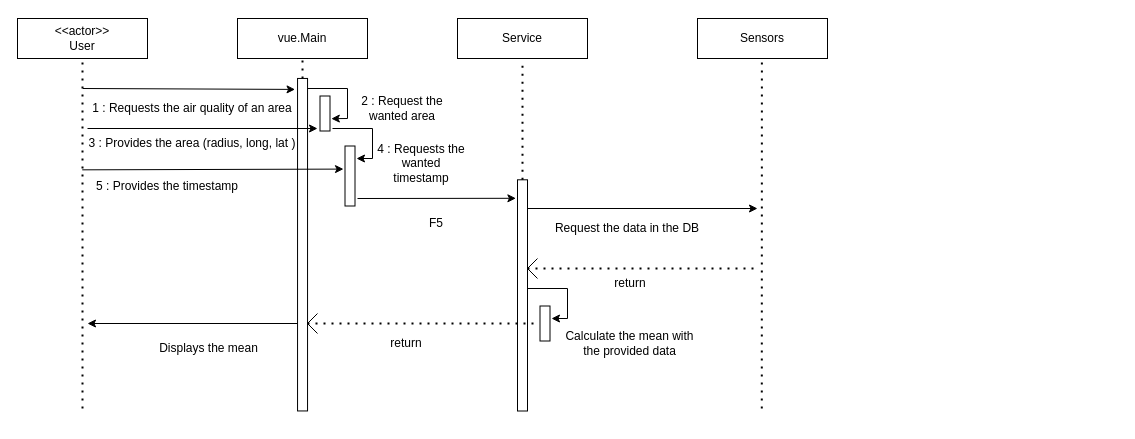
The draw.io diagram Sequence diagram _ Mean Air Quality within an area.drawio in jimmywengzj/GL-TP, before the edit. Source tidied: cells renumbered, new cells numbered last; positions are measured from the earlier drawing's top-left corner, leaving out a move shared by most shapes. Both pictures are drawn from the tidied source at 100%, with x=0, y=0 at pixel (17, 18).
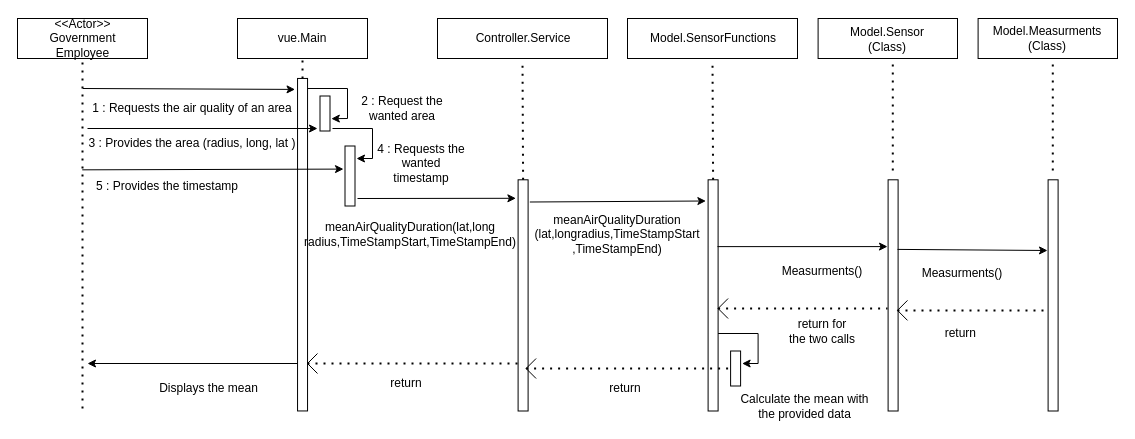
The same diagram, later.

Commit message (it also covers changes not shown here):
Commit the Sequence diagrams changes

The edit, as a diff of the source:
```diff
@@
-    <mxCell id="5" value="&amp;lt;&amp;lt;actor&amp;gt;&amp;gt;&lt;br&gt;User" style="text;html=1;strokeColor=none;fillColor=none;align=center;verticalAlign=middle;whiteSpace=wrap;rounded=0;" parent="1" vertex="1">
-      <mxGeometry x="35" y="5" width="60" height="30" as="geometry" />
+    <mxCell id="5" value="&amp;lt;&amp;lt;Actor&amp;gt;&amp;gt;&lt;br&gt;Government Employee" style="text;html=1;strokeColor=none;fillColor=none;align=center;verticalAlign=middle;whiteSpace=wrap;rounded=0;" parent="1" vertex="1">
+      <mxGeometry x="27.5" y="5" width="75" height="30" as="geometry" />
     </mxCell>
@@
-    <mxCell id="18" style="rounded=0;whiteSpace=wrap;html=1;" parent="1" vertex="1">
-      <mxGeometry x="440" width="130" height="40" as="geometry" />
-    </mxCell>
-    <mxCell id="19" value="Service" style="text;html=1;strokeColor=none;fillColor=none;align=center;verticalAlign=middle;whiteSpace=wrap;rounded=0;" parent="1" vertex="1">
-      <mxGeometry x="475" y="5" width="60" height="30" as="geometry" />
-    </mxCell>
-    <mxCell id="20" style="endArrow=classic;html=1;rounded=0;entryX=0.92;entryY=-0.16;entryDx=0;entryDy=0;entryPerimeter=0;" parent="1" edge="1" target="24">
+    <mxCell id="20" style="endArrow=classic;html=1;rounded=0;entryX=0.92;entryY=-0.16;entryDx=0;entryDy=0;entryPerimeter=0;" parent="1" edge="1">
       <mxGeometry relative="1" as="geometry">
         <mxPoint x="340" y="180" as="sourcePoint" />
+        <mxPoint x="498.4" y="179.8" as="targetPoint" />
       </mxGeometry>
     </mxCell>
-    <mxCell id="21" value="F5" style="text;html=1;strokeColor=none;fillColor=none;align=center;verticalAlign=middle;whiteSpace=wrap;rounded=0;" parent="1" vertex="1">
-      <mxGeometry x="389" y="190" width="60" height="30" as="geometry" />
+    <mxCell id="21" value="meanAirQualityDuration(lat,long&lt;br&gt;radius,TimeStampStart,TimeStampEnd)" style="text;html=1;strokeColor=none;fillColor=none;align=center;verticalAlign=middle;whiteSpace=wrap;rounded=0;" parent="1" vertex="1">
+      <mxGeometry x="362.5" y="201.2" width="60" height="30" as="geometry" />
     </mxCell>
-    <mxCell id="22" style="rounded=0;whiteSpace=wrap;html=1;" parent="1" vertex="1">
-      <mxGeometry x="680" width="130" height="40" as="geometry" />
-    </mxCell>
-    <mxCell id="23" value="Sensors" style="text;html=1;strokeColor=none;fillColor=none;align=center;verticalAlign=middle;whiteSpace=wrap;rounded=0;" parent="1" vertex="1">
-      <mxGeometry x="715" y="5" width="60" height="30" as="geometry" />
-    </mxCell>
-    <mxCell id="24" style="rounded=0;whiteSpace=wrap;html=1;rotation=-90;" parent="1" vertex="1">
-      <mxGeometry x="389.4" y="271.9" width="231.2" height="10" as="geometry" />
-    </mxCell>
-    <mxCell id="25" value="Request the data in the DB" style="text;html=1;strokeColor=none;fillColor=none;align=center;verticalAlign=middle;whiteSpace=wrap;rounded=0;" parent="1" vertex="1">
-      <mxGeometry x="520" y="195" width="180" height="30" as="geometry" />
-    </mxCell>
-    <mxCell id="26" style="endArrow=classic;html=1;rounded=0;" parent="1" edge="1">
-      <mxGeometry relative="1" as="geometry">
-        <mxPoint x="510" y="190" as="sourcePoint" />
-        <mxPoint x="740" y="190" as="targetPoint" />
-      </mxGeometry>
-    </mxCell>
-    <mxCell id="27" style="endArrow=none;html=1;rounded=0;" parent="1" edge="1">
-      <mxGeometry relative="1" as="geometry">
-        <mxPoint x="510" y="250" as="sourcePoint" />
-        <mxPoint x="520" y="260" as="targetPoint" />
-        <Array as="points">
-          <mxPoint x="520" y="260" />
-        </Array>
-      </mxGeometry>
-    </mxCell>
-    <mxCell id="28" style="endArrow=none;html=1;rounded=0;" parent="1" edge="1">
-      <mxGeometry relative="1" as="geometry">
-        <mxPoint x="510" y="250" as="sourcePoint" />
-        <mxPoint x="520" y="240" as="targetPoint" />
-      </mxGeometry>
-    </mxCell>
-    <mxCell id="29" style="endArrow=none;dashed=1;html=1;dashPattern=1 3;strokeWidth=2;rounded=0;" parent="1" edge="1">
-      <mxGeometry relative="1" as="geometry">
-        <mxPoint x="510" y="250" as="sourcePoint" />
-        <mxPoint x="740" y="250" as="targetPoint" />
-      </mxGeometry>
-    </mxCell>
-    <mxCell id="30" style="rounded=0;whiteSpace=wrap;html=1;rotation=-90;" parent="1" vertex="1">
-      <mxGeometry x="510" y="300" width="35" height="10" as="geometry" />
-    </mxCell>
-    <mxCell id="31" style="endArrow=classic;html=1;rounded=0;" parent="1" edge="1">
-      <mxGeometry relative="1" as="geometry">
-        <mxPoint x="510" y="270" as="sourcePoint" />
-        <mxPoint x="534" y="300" as="targetPoint" />
-        <Array as="points">
-          <mxPoint x="550" y="270" />
-          <mxPoint x="550" y="300" />
-        </Array>
-      </mxGeometry>
-    </mxCell>
-    <mxCell id="32" value="Calculate the mean with the provided data" style="text;html=1;strokeColor=none;fillColor=none;align=center;verticalAlign=middle;whiteSpace=wrap;rounded=0;" parent="1" vertex="1">
-      <mxGeometry x="545" y="310" width="135" height="30" as="geometry" />
-    </mxCell>
-    <mxCell id="33" value="return" style="text;html=1;strokeColor=none;fillColor=none;align=center;verticalAlign=middle;whiteSpace=wrap;rounded=0;" parent="1" vertex="1">
-      <mxGeometry x="582.5" y="250" width="60" height="30" as="geometry" />
-    </mxCell>
     <mxCell id="34" style="endArrow=none;dashed=1;html=1;dashPattern=1 3;strokeWidth=2;rounded=0;" parent="1" edge="1">
       <mxGeometry relative="1" as="geometry">
-        <mxPoint x="290" y="305" as="sourcePoint" />
-        <mxPoint x="520" y="305" as="targetPoint" />
+        <mxPoint x="290" y="345" as="sourcePoint" />
+        <mxPoint x="500" y="345" as="targetPoint" />
       </mxGeometry>
     </mxCell>
     <mxCell id="35" style="endArrow=none;html=1;rounded=0;" parent="1" edge="1">
       <mxGeometry relative="1" as="geometry">
-        <mxPoint x="290" y="305" as="sourcePoint" />
-        <mxPoint x="300" y="295" as="targetPoint" />
+        <mxPoint x="290" y="345" as="sourcePoint" />
+        <mxPoint x="300" y="335" as="targetPoint" />
       </mxGeometry>
     </mxCell>
     <mxCell id="36" style="endArrow=none;html=1;rounded=0;" parent="1" edge="1">
       <mxGeometry relative="1" as="geometry">
-        <mxPoint x="290" y="305" as="sourcePoint" />
-        <mxPoint x="300" y="315" as="targetPoint" />
+        <mxPoint x="290" y="345" as="sourcePoint" />
+        <mxPoint x="300" y="355" as="targetPoint" />
         <Array as="points">
-          <mxPoint x="300" y="315" />
+          <mxPoint x="300" y="355" />
         </Array>
       </mxGeometry>
     </mxCell>
     <mxCell id="37" value="return" style="text;html=1;strokeColor=none;fillColor=none;align=center;verticalAlign=middle;whiteSpace=wrap;rounded=0;" parent="1" vertex="1">
-      <mxGeometry x="359" y="310" width="60" height="30" as="geometry" />
+      <mxGeometry x="359" y="350" width="60" height="30" as="geometry" />
     </mxCell>
     <mxCell id="38" style="endArrow=classic;html=1;rounded=0;exitX=0.459;exitY=-0.383;exitDx=0;exitDy=0;exitPerimeter=0;" parent="1" edge="1">
       <mxGeometry relative="1" as="geometry">
-        <mxPoint x="280" y="305" as="sourcePoint" />
-        <mxPoint x="70" y="305" as="targetPoint" />
+        <mxPoint x="280" y="345" as="sourcePoint" />
+        <mxPoint x="70" y="345" as="targetPoint" />
       </mxGeometry>
     </mxCell>
     <mxCell id="39" value="Displays the mean" style="text;html=1;strokeColor=none;fillColor=none;align=center;verticalAlign=middle;whiteSpace=wrap;rounded=0;" parent="1" vertex="1">
-      <mxGeometry x="129" y="315" width="125" height="30" as="geometry" />
+      <mxGeometry x="129" y="355" width="125" height="30" as="geometry" />
     </mxCell>
@@
-    <mxCell id="43" style="endArrow=none;dashed=1;html=1;dashPattern=1 3;strokeWidth=2;rounded=0;exitX=1;exitY=0.5;exitDx=0;exitDy=0;entryX=0.5;entryY=1.036;entryDx=0;entryDy=0;entryPerimeter=0;" parent="1" edge="1" source="24" target="18">
-      <mxGeometry relative="1" as="geometry" />
-    </mxCell>
-    <mxCell id="44" style="endArrow=none;dashed=1;html=1;dashPattern=1 3;strokeWidth=2;rounded=0;" parent="1" edge="1">
-      <mxGeometry relative="1" as="geometry">
-        <mxPoint x="744.3" y="390" as="sourcePoint" />
-        <mxPoint x="744.4" y="40" as="targetPoint" />
-      </mxGeometry>
-    </mxCell>
+    <mxCell id="45" style="rounded=0;whiteSpace=wrap;html=1;" parent="1" vertex="1">
+      <mxGeometry x="420" width="170" height="40" as="geometry" />
+    </mxCell>
+    <mxCell id="46" value="Controller.Service" style="text;html=1;strokeColor=none;fillColor=none;align=center;verticalAlign=middle;whiteSpace=wrap;rounded=0;" parent="1" vertex="1">
+      <mxGeometry x="475.6" y="5" width="60" height="30" as="geometry" />
+    </mxCell>
+    <mxCell id="47" style="rounded=0;whiteSpace=wrap;html=1;rotation=-90;" parent="1" vertex="1">
+      <mxGeometry x="390" y="271.9" width="231.2" height="10" as="geometry" />
+    </mxCell>
+    <mxCell id="48" style="endArrow=none;dashed=1;html=1;dashPattern=1 3;strokeWidth=2;rounded=0;exitX=1;exitY=0.5;exitDx=0;exitDy=0;entryX=0.5;entryY=1.036;entryDx=0;entryDy=0;entryPerimeter=0;" parent="1" edge="1" source="47" target="45">
+      <mxGeometry relative="1" as="geometry" />
+    </mxCell>
+    <mxCell id="49" style="rounded=0;whiteSpace=wrap;html=1;" parent="1" vertex="1">
+      <mxGeometry x="610" width="170" height="40" as="geometry" />
+    </mxCell>
+    <mxCell id="50" value="Model.SensorFunctions" style="text;html=1;strokeColor=none;fillColor=none;align=center;verticalAlign=middle;whiteSpace=wrap;rounded=0;" parent="1" vertex="1">
+      <mxGeometry x="665.6" y="5" width="60" height="30" as="geometry" />
+    </mxCell>
+    <mxCell id="51" style="rounded=0;whiteSpace=wrap;html=1;rotation=-90;" parent="1" vertex="1">
+      <mxGeometry x="580" y="271.9" width="231.2" height="10" as="geometry" />
+    </mxCell>
+    <mxCell id="52" style="rounded=0;whiteSpace=wrap;html=1;rotation=-90;" parent="1" vertex="1">
+      <mxGeometry x="700.6" y="345" width="35" height="10" as="geometry" />
+    </mxCell>
+    <mxCell id="53" style="endArrow=classic;html=1;rounded=0;" parent="1" edge="1">
+      <mxGeometry relative="1" as="geometry">
+        <mxPoint x="700.6" y="315" as="sourcePoint" />
+        <mxPoint x="724.6" y="345" as="targetPoint" />
+        <Array as="points">
+          <mxPoint x="740.6" y="315" />
+          <mxPoint x="740.6" y="345" />
+        </Array>
+      </mxGeometry>
+    </mxCell>
+    <mxCell id="32" value="Calculate the mean with the provided data" style="text;html=1;strokeColor=none;fillColor=none;align=center;verticalAlign=middle;whiteSpace=wrap;rounded=0;" parent="1" vertex="1">
+      <mxGeometry x="720" y="373.1" width="135" height="30" as="geometry" />
+    </mxCell>
+    <mxCell id="54" style="endArrow=none;dashed=1;html=1;dashPattern=1 3;strokeWidth=2;rounded=0;exitX=1;exitY=0.5;exitDx=0;exitDy=0;entryX=0.5;entryY=1.036;entryDx=0;entryDy=0;entryPerimeter=0;" parent="1" edge="1" source="51" target="49">
+      <mxGeometry relative="1" as="geometry" />
+    </mxCell>
+    <mxCell id="55" style="endArrow=classic;html=1;rounded=0;entryX=0.92;entryY=-0.16;entryDx=0;entryDy=0;entryPerimeter=0;exitX=0.904;exitY=1.174;exitDx=0;exitDy=0;exitPerimeter=0;" parent="1" edge="1" source="47">
+      <mxGeometry relative="1" as="geometry">
+        <mxPoint x="688.4" y="182.5" as="targetPoint" />
+      </mxGeometry>
+    </mxCell>
+    <mxCell id="56" value="meanAirQualityDuration&lt;br&gt;(lat,longradius,TimeStampStart&lt;br&gt;,TimeStampEnd)" style="text;html=1;strokeColor=none;fillColor=none;align=center;verticalAlign=middle;whiteSpace=wrap;rounded=0;" parent="1" vertex="1">
+      <mxGeometry x="570" y="201.2" width="60" height="30" as="geometry" />
+    </mxCell>
+    <mxCell id="57" style="endArrow=none;dashed=1;html=1;dashPattern=1 3;strokeWidth=2;rounded=0;entryX=0.377;entryY=-0.82;entryDx=0;entryDy=0;entryPerimeter=0;" parent="1" edge="1">
+      <mxGeometry relative="1" as="geometry">
+        <mxPoint x="508.6" y="350" as="sourcePoint" />
+        <mxPoint x="710.6" y="350" as="targetPoint" />
+      </mxGeometry>
+    </mxCell>
+    <mxCell id="58" style="endArrow=none;html=1;rounded=0;" parent="1" edge="1">
+      <mxGeometry relative="1" as="geometry">
+        <mxPoint x="508.6" y="350" as="sourcePoint" />
+        <mxPoint x="518.6" y="340" as="targetPoint" />
+      </mxGeometry>
+    </mxCell>
+    <mxCell id="59" style="endArrow=none;html=1;rounded=0;" parent="1" edge="1">
+      <mxGeometry relative="1" as="geometry">
+        <mxPoint x="508.6" y="350" as="sourcePoint" />
+        <mxPoint x="518.6" y="360" as="targetPoint" />
+        <Array as="points">
+          <mxPoint x="518.6" y="360" />
+        </Array>
+      </mxGeometry>
+    </mxCell>
+    <mxCell id="33" value="return" style="text;html=1;strokeColor=none;fillColor=none;align=center;verticalAlign=middle;whiteSpace=wrap;rounded=0;" parent="1" vertex="1">
+      <mxGeometry x="577.6" y="355" width="60" height="30" as="geometry" />
+    </mxCell>
+    <mxCell id="60" style="rounded=0;whiteSpace=wrap;html=1;rotation=-90;" parent="1" vertex="1">
+      <mxGeometry x="760" y="271.9" width="231.2" height="10" as="geometry" />
+    </mxCell>
+    <mxCell id="61" style="endArrow=none;dashed=1;html=1;dashPattern=1 3;strokeWidth=2;rounded=0;" parent="1" edge="1">
+      <mxGeometry relative="1" as="geometry">
+        <mxPoint x="875.3" y="151.9" as="sourcePoint" />
+        <mxPoint x="875.3" y="31.9" as="targetPoint" />
+      </mxGeometry>
+    </mxCell>
+    <mxCell id="62" style="rounded=0;whiteSpace=wrap;html=1;" parent="1" vertex="1">
+      <mxGeometry x="800.6" width="139.4" height="40" as="geometry" />
+    </mxCell>
+    <mxCell id="63" value="Model.Sensor&lt;br&gt;(Class)" style="text;html=1;strokeColor=none;fillColor=none;align=center;verticalAlign=middle;whiteSpace=wrap;rounded=0;" parent="1" vertex="1">
+      <mxGeometry x="840" y="5" width="60.3" height="32.5" as="geometry" />
+    </mxCell>
+    <mxCell id="64" style="endArrow=classic;html=1;rounded=0;exitX=0.711;exitY=0.938;exitDx=0;exitDy=0;exitPerimeter=0;" parent="1" edge="1" source="51">
+      <mxGeometry relative="1" as="geometry">
+        <mxPoint x="870" y="228.1" as="targetPoint" />
+      </mxGeometry>
+    </mxCell>
+    <mxCell id="65" value="Measurments()" style="text;html=1;strokeColor=none;fillColor=none;align=center;verticalAlign=middle;whiteSpace=wrap;rounded=0;" parent="1" vertex="1">
+      <mxGeometry x="740" y="238.1" width="130" height="30" as="geometry" />
+    </mxCell>
+    <mxCell id="66" style="endArrow=classic;html=1;rounded=0;exitX=0.706;exitY=1.152;exitDx=0;exitDy=0;exitPerimeter=0;" parent="1" edge="1">
+      <mxGeometry relative="1" as="geometry">
+        <mxPoint x="880" y="230.9" as="sourcePoint" />
+        <mxPoint x="1030" y="232" as="targetPoint" />
+      </mxGeometry>
+    </mxCell>
+    <mxCell id="67" value="Measurments()&lt;br&gt;" style="text;html=1;strokeColor=none;fillColor=none;align=center;verticalAlign=middle;whiteSpace=wrap;rounded=0;" parent="1" vertex="1">
+      <mxGeometry x="880" y="240" width="130" height="30" as="geometry" />
+    </mxCell>
+    <mxCell id="68" style="rounded=0;whiteSpace=wrap;html=1;rotation=-90;" parent="1" vertex="1">
+      <mxGeometry x="920" y="271.9" width="231.2" height="10" as="geometry" />
+    </mxCell>
+    <mxCell id="69" style="endArrow=none;dashed=1;html=1;dashPattern=1 3;strokeWidth=2;rounded=0;" parent="1" edge="1">
+      <mxGeometry relative="1" as="geometry">
+        <mxPoint x="1035.3" y="151.9" as="sourcePoint" />
+        <mxPoint x="1035.3" y="31.9" as="targetPoint" />
+      </mxGeometry>
+    </mxCell>
+    <mxCell id="70" style="rounded=0;whiteSpace=wrap;html=1;" parent="1" vertex="1">
+      <mxGeometry x="960.6" width="139.4" height="40" as="geometry" />
+    </mxCell>
+    <mxCell id="71" value="Model.Measurments&lt;br&gt;(Class)&lt;br&gt;" style="text;html=1;strokeColor=none;fillColor=none;align=center;verticalAlign=middle;whiteSpace=wrap;rounded=0;" parent="1" vertex="1">
+      <mxGeometry x="1000.3" y="5" width="60" height="30" as="geometry" />
+    </mxCell>
+    <mxCell id="72" style="endArrow=none;dashed=1;html=1;dashPattern=1 3;strokeWidth=2;rounded=0;" parent="1" edge="1">
+      <mxGeometry relative="1" as="geometry">
+        <mxPoint x="700.6" y="290" as="sourcePoint" />
+        <mxPoint x="870" y="290" as="targetPoint" />
+      </mxGeometry>
+    </mxCell>
+    <mxCell id="73" style="endArrow=none;html=1;rounded=0;" parent="1" edge="1">
+      <mxGeometry relative="1" as="geometry">
+        <mxPoint x="700.6" y="290" as="sourcePoint" />
+        <mxPoint x="710.6" y="280" as="targetPoint" />
+      </mxGeometry>
+    </mxCell>
+    <mxCell id="74" style="endArrow=none;html=1;rounded=0;" parent="1" edge="1">
+      <mxGeometry relative="1" as="geometry">
+        <mxPoint x="700.6" y="290" as="sourcePoint" />
+        <mxPoint x="710.6" y="300" as="targetPoint" />
+        <Array as="points">
+          <mxPoint x="710.6" y="300" />
+        </Array>
+      </mxGeometry>
+    </mxCell>
+    <mxCell id="75" value="return for the two calls" style="text;html=1;strokeColor=none;fillColor=none;align=center;verticalAlign=middle;whiteSpace=wrap;rounded=0;" parent="1" vertex="1">
+      <mxGeometry x="770" y="298.1" width="70" height="30" as="geometry" />
+    </mxCell>
+    <mxCell id="76" style="endArrow=none;dashed=1;html=1;dashPattern=1 3;strokeWidth=2;rounded=0;" parent="1" edge="1">
+      <mxGeometry relative="1" as="geometry">
+        <mxPoint x="880" y="291.9" as="sourcePoint" />
+        <mxPoint x="1030" y="292" as="targetPoint" />
+      </mxGeometry>
+    </mxCell>
+    <mxCell id="77" style="endArrow=none;html=1;rounded=0;" parent="1" edge="1">
+      <mxGeometry relative="1" as="geometry">
+        <mxPoint x="880" y="291.9" as="sourcePoint" />
+        <mxPoint x="890" y="281.9" as="targetPoint" />
+      </mxGeometry>
+    </mxCell>
+    <mxCell id="78" style="endArrow=none;html=1;rounded=0;" parent="1" edge="1">
+      <mxGeometry relative="1" as="geometry">
+        <mxPoint x="880" y="291.9" as="sourcePoint" />
+        <mxPoint x="890" y="301.9" as="targetPoint" />
+        <Array as="points">
+          <mxPoint x="890" y="301.9" />
+        </Array>
+      </mxGeometry>
+    </mxCell>
+    <mxCell id="79" value="return&amp;nbsp;" style="text;html=1;strokeColor=none;fillColor=none;align=center;verticalAlign=middle;whiteSpace=wrap;rounded=0;" parent="1" vertex="1">
+      <mxGeometry x="910" y="300" width="70" height="30" as="geometry" />
+    </mxCell>
```
